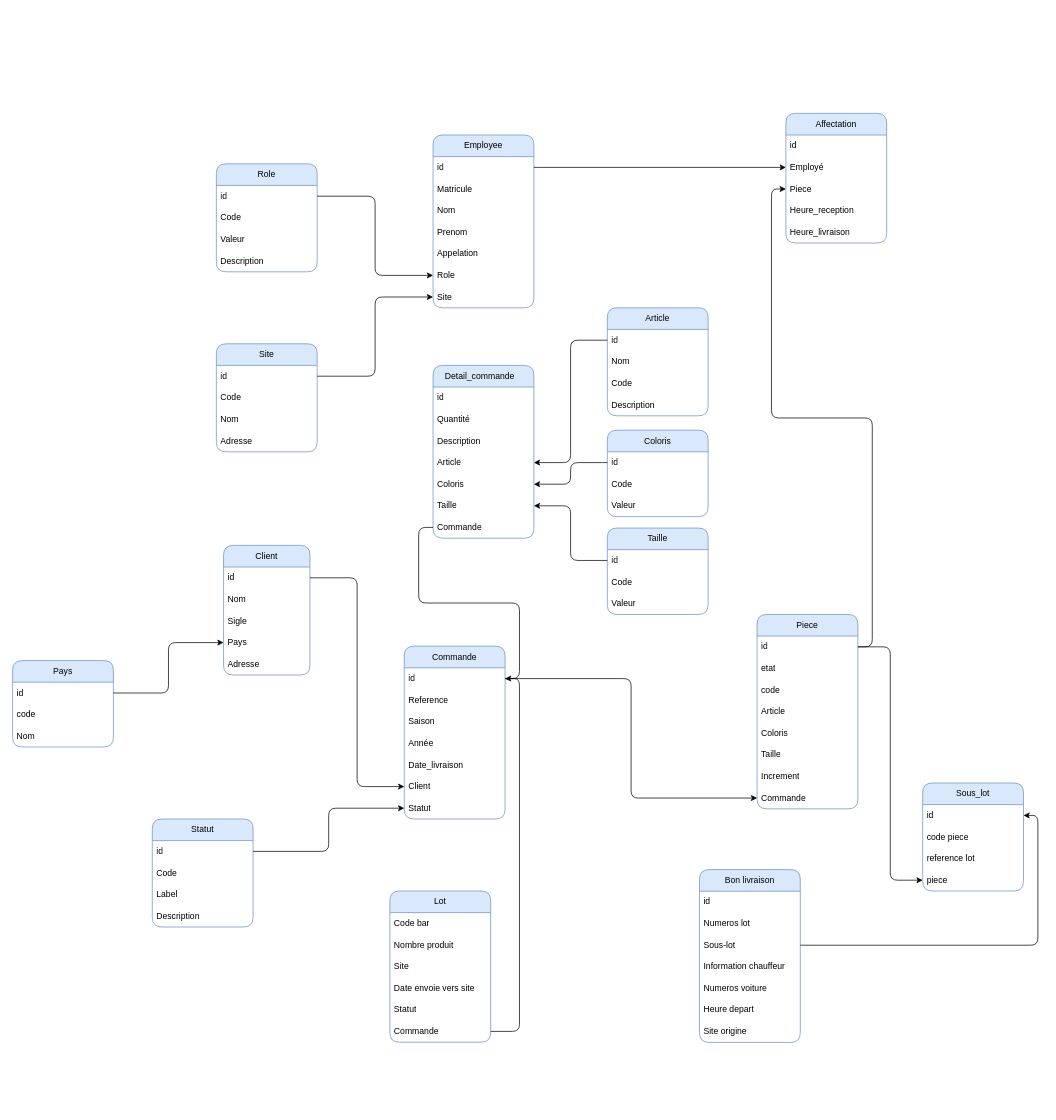
petit-vps/sample keeps this draw.io diagram as Diagramme sans nom.drawio. Above is the earlier version. Source tidied: cells renumbered, new cells numbered last; positions are measured from the earlier drawing's top-left corner, leaving out a move shared by most shapes. Both pictures are drawn from the tidied source at 72%, with x=0, y=0 at pixel (12, 113).
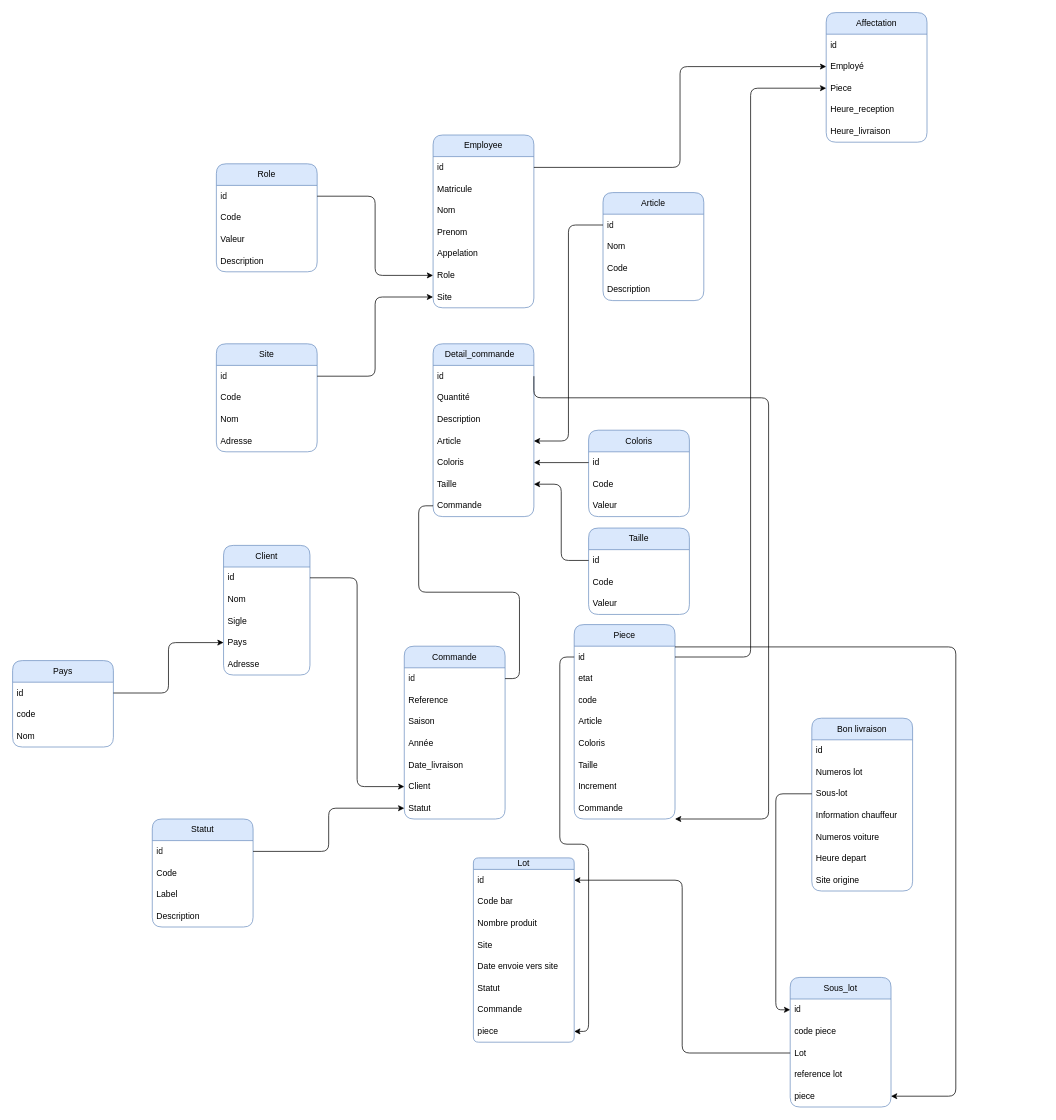
Above is the later version.

Commit message (it also covers changes not shown here):
Mettre à jour Diagramme sans nom.drawio

Unchanged cells that the change refers to:
```xml
<mxCell id="21" value="id" style="text;strokeColor=none;fillColor=none;align=left;verticalAlign=middle;spacingLeft=4;spacingRight=4;overflow=hidden;points=[[0,0.5],[1,0.5]];portConstraint=eastwest;whiteSpace=wrap;html=1;rounded=1;" parent="20" vertex="1">
  <mxGeometry y="30" width="140" height="30" as="geometry" />
</mxCell>
<mxCell id="35" value="id" style="text;strokeColor=none;fillColor=none;align=left;verticalAlign=middle;spacingLeft=4;spacingRight=4;overflow=hidden;points=[[0,0.5],[1,0.5]];portConstraint=eastwest;whiteSpace=wrap;html=1;rounded=1;" parent="34" vertex="1">
  <mxGeometry y="30" width="140" height="30" as="geometry" />
</mxCell>
<mxCell id="56" value="id" style="text;strokeColor=none;fillColor=none;align=left;verticalAlign=middle;spacingLeft=4;spacingRight=4;overflow=hidden;points=[[0,0.5],[1,0.5]];portConstraint=eastwest;whiteSpace=wrap;html=1;rounded=1;" parent="55" vertex="1">
  <mxGeometry y="30" width="140" height="30" as="geometry" />
</mxCell>
<mxCell id="63" value="Commande" style="text;strokeColor=none;fillColor=none;align=left;verticalAlign=middle;spacingLeft=4;spacingRight=4;overflow=hidden;points=[[0,0.5],[1,0.5]];portConstraint=eastwest;whiteSpace=wrap;html=1;rounded=1;" parent="55" vertex="1">
  <mxGeometry y="240" width="140" height="30" as="geometry" />
</mxCell>
<mxCell id="79" value="&lt;div&gt;Sous-lot&lt;/div&gt;" style="text;strokeColor=none;fillColor=none;align=left;verticalAlign=middle;spacingLeft=4;spacingRight=4;overflow=hidden;points=[[0,0.5],[1,0.5]];portConstraint=eastwest;whiteSpace=wrap;html=1;rounded=1;" parent="76" vertex="1">
  <mxGeometry y="90" width="140" height="30" as="geometry" />
</mxCell>
<mxCell id="85" value="id" style="text;strokeColor=none;fillColor=none;align=left;verticalAlign=middle;spacingLeft=4;spacingRight=4;overflow=hidden;points=[[0,0.5],[1,0.5]];portConstraint=eastwest;whiteSpace=wrap;html=1;rounded=1;" parent="84" vertex="1">
  <mxGeometry y="30" width="140" height="30" as="geometry" />
</mxCell>
```

Diff of the diagram source:
```diff
@@
     <mxCell id="34" value="Detail_commande&lt;span style=&quot;white-space: pre;&quot;&gt;&#9;&lt;/span&gt;" style="swimlane;fontStyle=0;horizontal=1;startSize=30;whiteSpace=wrap;html=1;fillColor=#dae8fc;strokeColor=#6c8ebf;rounded=1;" parent="1" vertex="1">
-      <mxGeometry x="584" y="350" width="140" height="240" as="geometry" />
+      <mxGeometry x="584" y="320" width="140" height="240" as="geometry" />
     </mxCell>
@@
     <mxCell id="42" value="Coloris" style="swimlane;fontStyle=0;horizontal=1;startSize=30;whiteSpace=wrap;html=1;fillColor=#dae8fc;strokeColor=#6c8ebf;rounded=1;" parent="1" vertex="1">
-      <mxGeometry x="826" y="440" width="140" height="120" as="geometry" />
+      <mxGeometry x="800" y="440" width="140" height="120" as="geometry" />
     </mxCell>
@@
     <mxCell id="46" value="Taille" style="swimlane;fontStyle=0;horizontal=1;startSize=30;whiteSpace=wrap;html=1;fillColor=#dae8fc;strokeColor=#6c8ebf;rounded=1;" parent="1" vertex="1">
-      <mxGeometry x="826" y="575.9" width="140" height="120" as="geometry" />
+      <mxGeometry x="800" y="575.9" width="140" height="120" as="geometry" />
     </mxCell>
@@
     <mxCell id="50" value="Article" style="swimlane;fontStyle=0;horizontal=1;startSize=30;whiteSpace=wrap;html=1;fillColor=#dae8fc;strokeColor=#6c8ebf;rounded=1;" parent="1" vertex="1">
-      <mxGeometry x="826" y="270" width="140" height="150" as="geometry" />
+      <mxGeometry x="820" y="110" width="140" height="150" as="geometry" />
     </mxCell>
@@
     <mxCell id="55" value="Piece" style="swimlane;fontStyle=0;horizontal=1;startSize=30;whiteSpace=wrap;html=1;fillColor=#dae8fc;strokeColor=#6c8ebf;rounded=1;" parent="1" vertex="1">
-      <mxGeometry x="1034" y="695.9" width="140" height="270" as="geometry" />
+      <mxGeometry x="780" y="710" width="140" height="270" as="geometry" />
     </mxCell>
@@
-    <mxCell id="69" value="Lot" style="swimlane;fontStyle=0;horizontal=1;startSize=30;whiteSpace=wrap;html=1;fillColor=#dae8fc;strokeColor=#6c8ebf;rounded=1;" parent="1" vertex="1">
-      <mxGeometry x="524" y="1080" width="140" height="210" as="geometry" />
+    <mxCell id="69" value="Lot" style="swimlane;fontStyle=0;horizontal=1;startSize=16;whiteSpace=wrap;html=1;fillColor=#dae8fc;strokeColor=#6c8ebf;rounded=1;" parent="1" vertex="1">
+      <mxGeometry x="640" y="1034" width="140" height="256" as="geometry" />
     </mxCell>
-    <mxCell id="70" value="Code bar" style="text;strokeColor=none;fillColor=none;align=left;verticalAlign=middle;spacingLeft=4;spacingRight=4;overflow=hidden;points=[[0,0.5],[1,0.5]];portConstraint=eastwest;whiteSpace=wrap;html=1;rounded=1;" parent="69" vertex="1">
-      <mxGeometry y="30" width="140" height="30" as="geometry" />
+    <mxCell id="70" value="&lt;div&gt;id&lt;/div&gt;" style="text;strokeColor=none;fillColor=none;align=left;verticalAlign=middle;spacingLeft=4;spacingRight=4;overflow=hidden;points=[[0,0.5],[1,0.5]];portConstraint=eastwest;whiteSpace=wrap;html=1;rounded=1;" parent="69" vertex="1">
+      <mxGeometry y="16" width="140" height="30" as="geometry" />
     </mxCell>
+    <mxCell id="114" value="Code bar" style="text;strokeColor=none;fillColor=none;align=left;verticalAlign=middle;spacingLeft=4;spacingRight=4;overflow=hidden;whiteSpace=wrap;html=1;rounded=1;" parent="69" vertex="1">
+      <mxGeometry y="46" width="140" height="30" as="geometry" />
+    </mxCell>
     <mxCell id="71" value="Nombre produit" style="text;strokeColor=none;fillColor=none;align=left;verticalAlign=middle;spacingLeft=4;spacingRight=4;overflow=hidden;whiteSpace=wrap;html=1;rounded=1;" parent="69" vertex="1">
-      <mxGeometry y="60" width="140" height="30" as="geometry" />
+      <mxGeometry y="76" width="140" height="30" as="geometry" />
     </mxCell>
     <mxCell id="72" value="Site" style="text;strokeColor=none;fillColor=none;align=left;verticalAlign=middle;spacingLeft=4;spacingRight=4;overflow=hidden;whiteSpace=wrap;html=1;rounded=1;" parent="69" vertex="1">
-      <mxGeometry y="90" width="140" height="30" as="geometry" />
+      <mxGeometry y="106" width="140" height="30" as="geometry" />
     </mxCell>
     <mxCell id="73" value="Date envoie vers site" style="text;strokeColor=none;fillColor=none;align=left;verticalAlign=middle;spacingLeft=4;spacingRight=4;overflow=hidden;whiteSpace=wrap;html=1;rounded=1;" parent="69" vertex="1">
-      <mxGeometry y="120" width="140" height="30" as="geometry" />
+      <mxGeometry y="136" width="140" height="30" as="geometry" />
     </mxCell>
     <mxCell id="74" value="Statut" style="text;strokeColor=none;fillColor=none;align=left;verticalAlign=middle;spacingLeft=4;spacingRight=4;overflow=hidden;whiteSpace=wrap;html=1;rounded=1;" parent="69" vertex="1">
-      <mxGeometry y="150" width="140" height="30" as="geometry" />
+      <mxGeometry y="166" width="140" height="30" as="geometry" />
     </mxCell>
     <mxCell id="75" value="Commande" style="text;strokeColor=none;fillColor=none;align=left;verticalAlign=middle;spacingLeft=4;spacingRight=4;overflow=hidden;points=[[0,0.5],[1,0.5]];portConstraint=eastwest;whiteSpace=wrap;html=1;rounded=1;" parent="69" vertex="1">
-      <mxGeometry y="180" width="140" height="30" as="geometry" />
+      <mxGeometry y="196" width="140" height="30" as="geometry" />
     </mxCell>
+    <mxCell id="115" value="piece" style="text;strokeColor=none;fillColor=none;align=left;verticalAlign=middle;spacingLeft=4;spacingRight=4;overflow=hidden;points=[[0,0.5],[1,0.5]];portConstraint=eastwest;whiteSpace=wrap;html=1;rounded=1;" parent="69" vertex="1">
+      <mxGeometry y="226" width="140" height="30" as="geometry" />
+    </mxCell>
     <mxCell id="76" value="Bon livraison" style="swimlane;fontStyle=0;horizontal=1;startSize=30;whiteSpace=wrap;html=1;fillColor=#dae8fc;strokeColor=#6c8ebf;rounded=1;" parent="1" vertex="1">
-      <mxGeometry x="954" y="1050.3" width="140" height="240" as="geometry" />
+      <mxGeometry x="1110" y="840" width="140" height="240" as="geometry" />
     </mxCell>
@@
     <mxCell id="84" value="Sous_lot" style="swimlane;fontStyle=0;horizontal=1;startSize=30;whiteSpace=wrap;html=1;fillColor=#dae8fc;strokeColor=#6c8ebf;rounded=1;" parent="1" vertex="1">
-      <mxGeometry x="1264" y="930" width="140" height="150" as="geometry" />
+      <mxGeometry x="1080" y="1200" width="140" height="180" as="geometry" />
     </mxCell>
@@
+    <mxCell id="116" value="&lt;div&gt;Lot&lt;/div&gt;" style="text;strokeColor=none;fillColor=none;align=left;verticalAlign=middle;spacingLeft=4;spacingRight=4;overflow=hidden;points=[[0,0.5],[1,0.5]];portConstraint=eastwest;whiteSpace=wrap;html=1;rounded=1;" parent="84" vertex="1">
+      <mxGeometry y="90" width="140" height="30" as="geometry" />
+    </mxCell>
     <mxCell id="87" value="reference lot" style="text;strokeColor=none;fillColor=none;align=left;verticalAlign=middle;spacingLeft=4;spacingRight=4;overflow=hidden;whiteSpace=wrap;html=1;rounded=1;" parent="84" vertex="1">
-      <mxGeometry y="90" width="140" height="30" as="geometry" />
+      <mxGeometry y="120" width="140" height="30" as="geometry" />
     </mxCell>
     <mxCell id="88" value="piece" style="text;strokeColor=none;fillColor=none;align=left;verticalAlign=middle;spacingLeft=4;spacingRight=4;overflow=hidden;points=[[0,0.5],[1,0.5]];portConstraint=eastwest;whiteSpace=wrap;html=1;rounded=1;" parent="84" vertex="1">
-      <mxGeometry y="120" width="140" height="30" as="geometry" />
+      <mxGeometry y="150" width="140" height="30" as="geometry" />
     </mxCell>
@@
-    <mxCell id="100" style="edgeStyle=orthogonalEdgeStyle;rounded=1;jettySize=auto;html=1;exitX=1;exitY=0.5;exitDx=0;exitDy=0;entryX=0;entryY=0.5;entryDx=0;entryDy=0;" parent="1" edge="1" source="21" target="63">
-      <mxGeometry relative="1" as="geometry" />
+    <mxCell id="100" style="edgeStyle=orthogonalEdgeStyle;rounded=1;jettySize=auto;html=1;exitX=1;exitY=0.5;exitDx=0;exitDy=0;" parent="1" edge="1" source="35" target="63">
+      <mxGeometry relative="1" as="geometry">
+        <Array as="points">
+          <mxPoint x="724" y="395" />
+          <mxPoint x="1050" y="395" />
+          <mxPoint x="1050" y="980" />
+        </Array>
+      </mxGeometry>
     </mxCell>
@@
-    <mxCell id="102" style="edgeStyle=orthogonalEdgeStyle;rounded=1;jettySize=auto;html=1;entryX=0;entryY=0.5;entryDx=0;entryDy=0;" parent="1" edge="1" source="56" target="88">
-      <mxGeometry relative="1" as="geometry" />
+    <mxCell id="102" style="edgeStyle=orthogonalEdgeStyle;rounded=1;jettySize=auto;html=1;entryX=1;entryY=0.5;entryDx=0;entryDy=0;" parent="1" edge="1" source="56" target="88">
+      <mxGeometry relative="1" as="geometry">
+        <Array as="points">
+          <mxPoint x="850" y="741" />
+          <mxPoint x="1310" y="741" />
+          <mxPoint x="1310" y="1365" />
+        </Array>
+      </mxGeometry>
     </mxCell>
-    <mxCell id="103" style="edgeStyle=orthogonalEdgeStyle;rounded=1;jettySize=auto;html=1;entryX=1;entryY=0.5;entryDx=0;entryDy=0;" parent="1" edge="1" source="75" target="21">
-      <mxGeometry relative="1" as="geometry" />
-    </mxCell>
-    <mxCell id="104" style="edgeStyle=orthogonalEdgeStyle;rounded=1;jettySize=auto;html=1;entryX=1;entryY=0.5;entryDx=0;entryDy=0;" parent="1" edge="1" source="79" target="85">
+    <mxCell id="104" style="edgeStyle=orthogonalEdgeStyle;rounded=1;jettySize=auto;html=1;entryX=0;entryY=0.5;entryDx=0;entryDy=0;" parent="1" edge="1" source="79" target="85">
       <mxGeometry relative="1" as="geometry" />
     </mxCell>
     <mxCell id="105" value="Affectation" style="swimlane;fontStyle=0;horizontal=1;startSize=30;whiteSpace=wrap;html=1;fillColor=#dae8fc;strokeColor=#6c8ebf;rounded=1;" parent="1" vertex="1">
-      <mxGeometry x="1074" width="140" height="180" as="geometry" />
+      <mxGeometry x="1130" y="-140" width="140" height="180" as="geometry" />
     </mxCell>
@@
+    <mxCell id="117" style="edgeStyle=orthogonalEdgeStyle;rounded=1;jettySize=auto;html=1;exitX=0;exitY=0.5;exitDx=0;exitDy=0;" parent="1" edge="1" source="56" target="115">
+      <mxGeometry relative="1" as="geometry" />
+    </mxCell>
+    <mxCell id="118" style="edgeStyle=orthogonalEdgeStyle;rounded=1;jettySize=auto;html=1;exitX=0;exitY=0.5;exitDx=0;exitDy=0;" parent="1" edge="1" source="116" target="70">
+      <mxGeometry relative="1" as="geometry" />
+    </mxCell>
```
